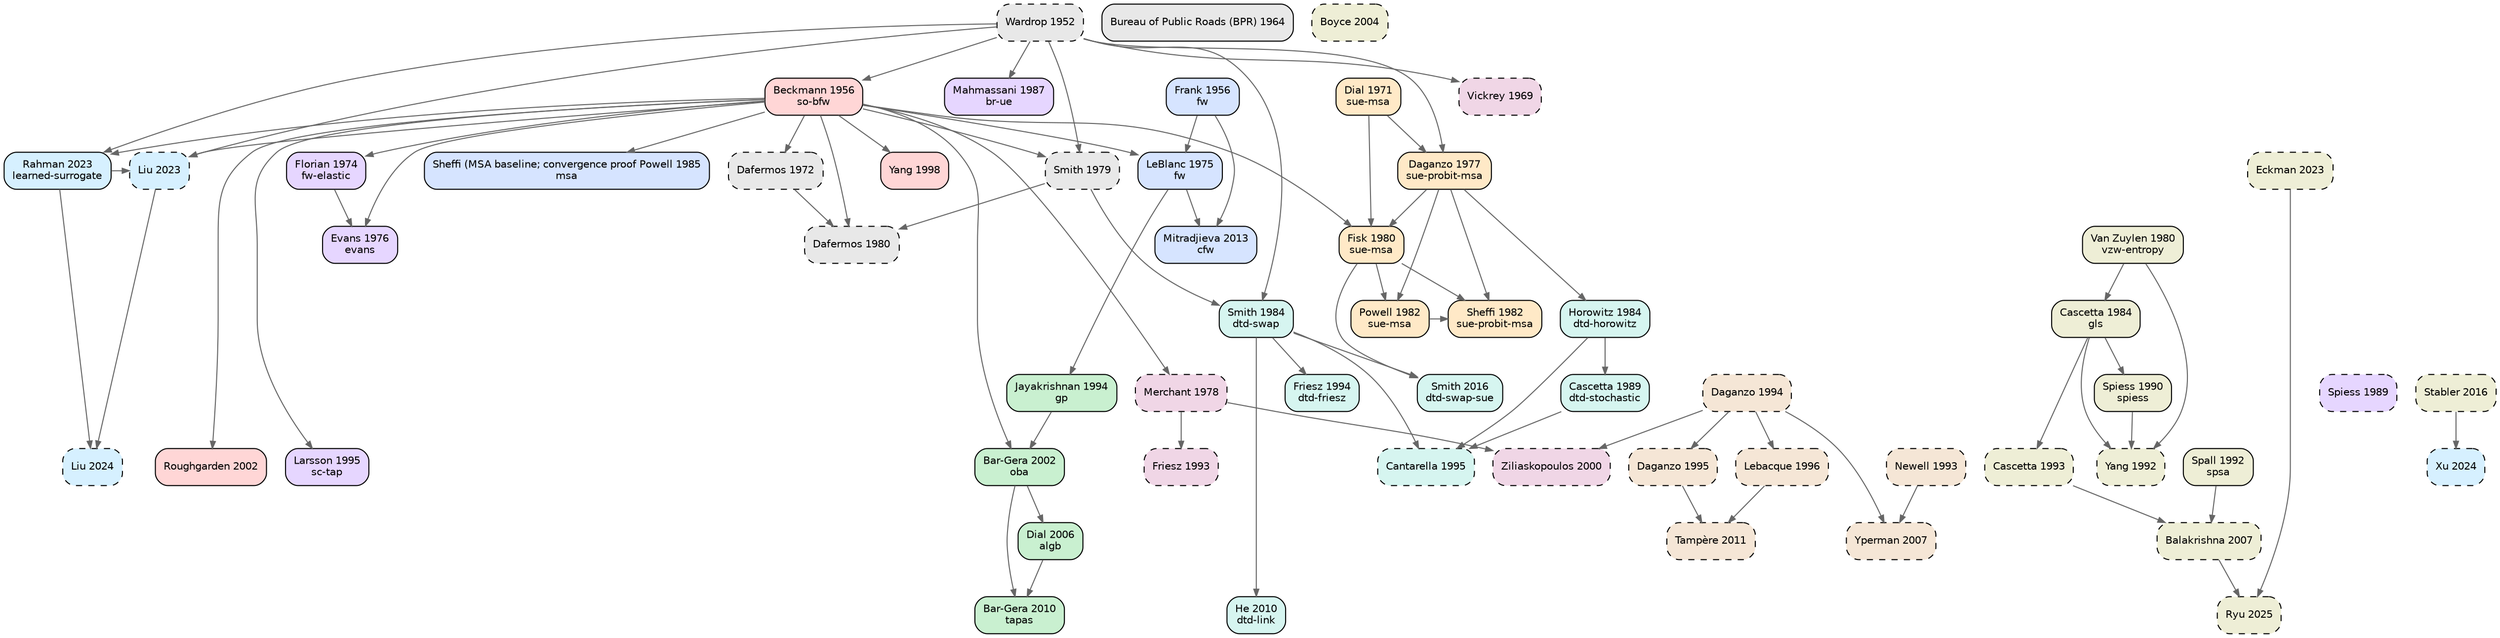
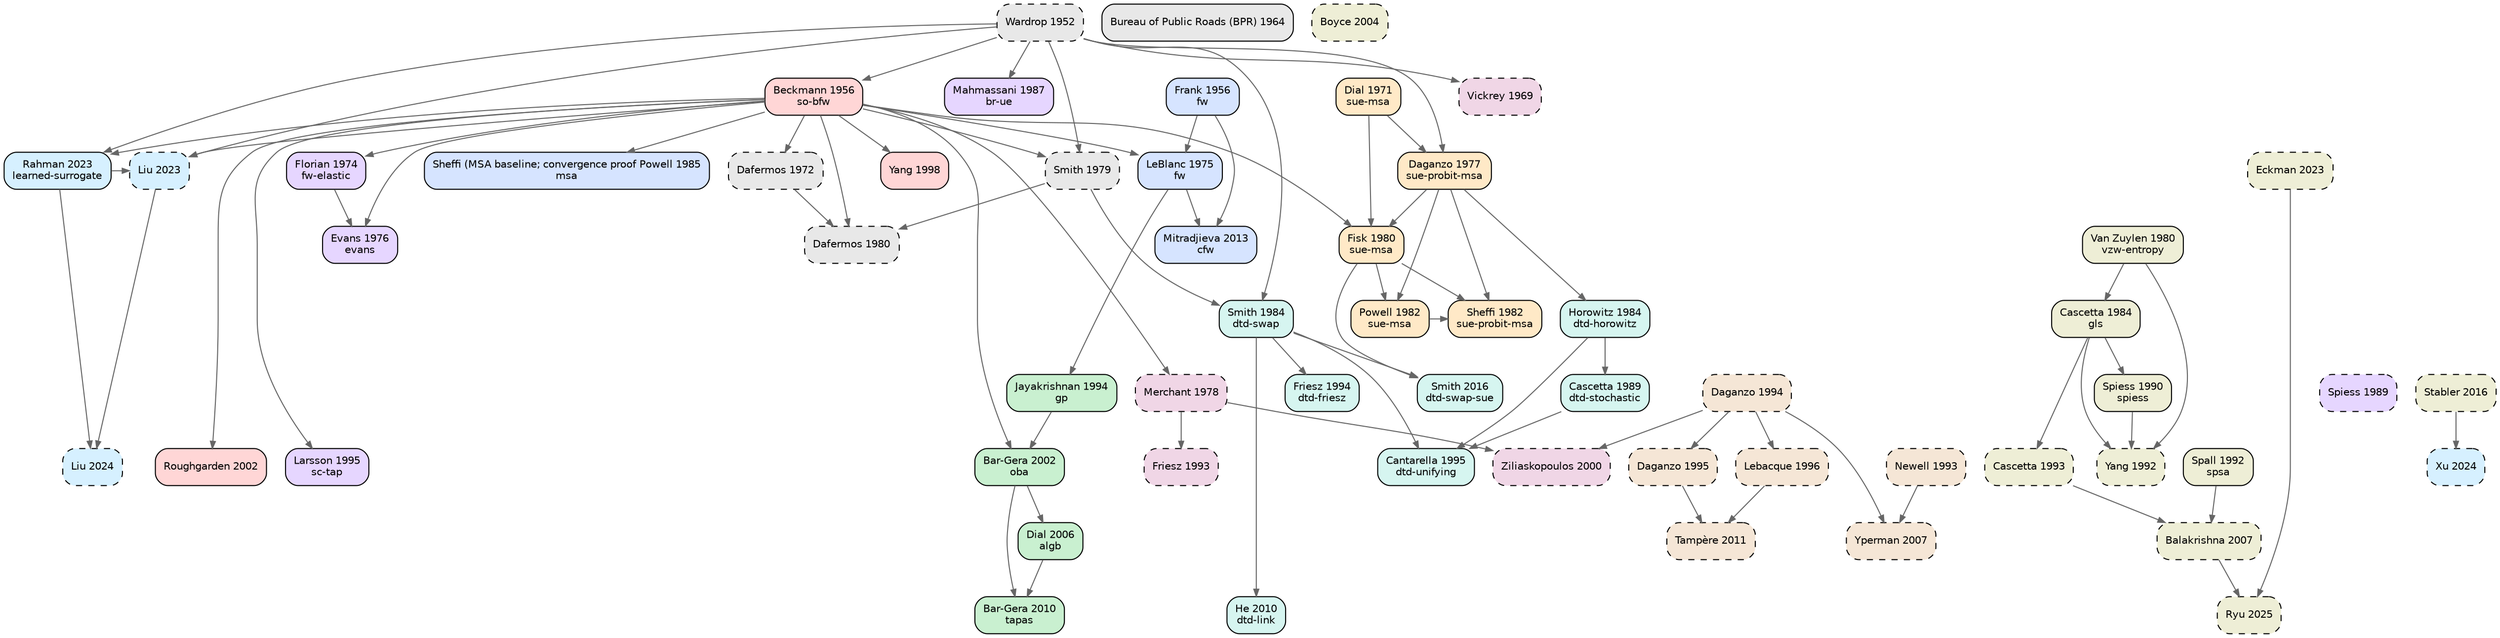
digraph TA_evolution {
  rankdir=TB; node [shape=box,style="rounded,filled",fontname="Helvetica",fontsize=10];
  edge [color="#666666",arrowsize=0.7];
  { rank=same; "wardrop1952some" }
  { rank=same; "frank1956algorithm" "beckmann1956studies" }
  { rank=same; "bpr1964traffic" }
  { rank=same; "vickrey1969congestion" }
  { rank=same; "dial1971probabilistic" }
  { rank=same; "dafermos1972traffic" }
  { rank=same; "florian1974method" }
  { rank=same; "leblanc1975efficient" }
  { rank=same; "evans1976derivation" }
  { rank=same; "daganzo1977stochastic" }
  { rank=same; "merchant1978model" }
  { rank=same; "smith1979existence" }
  { rank=same; "dafermos1980traffic" "fisk1980some" "vanzuylen1980most" }
  { rank=same; "powell1982convergence" "sheffi1982algorithm" }
  { rank=same; "horowitz1984stability" "smith1984stability" "cascetta1984estimation" }
  { rank=same; "sheffi1985urban" }
  { rank=same; "mahmassani1987on" }
  { rank=same; "spiess1989optimal" "cascetta1989stochastic" }
  { rank=same; "spiess1990gradient" }
  { rank=same; "spall1992multivariate" "yang1992estimation" }
  { rank=same; "newell1993simplified" "friesz1993variational" "cascetta1993dynamic" }
  { rank=same; "jayakrishnan1994faster" "friesz1994daytoday" "daganzo1994cell" }
  { rank=same; "larsson1995augmented" "cantarella1995dynamic" "daganzo1995cell" }
  { rank=same; "lebacque1996godunov" }
  { rank=same; "yang1998principle" }
  { rank=same; "ziliaskopoulos2000linear" }
  { rank=same; "bargera2002origin" "roughgarden2002how" }
  { rank=same; "boyce2004convergence" }
  { rank=same; "dial2006path" }
  { rank=same; "yperman2007link" "balakrishna2007offline" }
  { rank=same; "bargera2010traffic" "he2010linkbased" }
  { rank=same; "tampere2011generic" }
  { rank=same; "mitradjieva2013stiff" }
  { rank=same; "smith2016routeswapping" "stabler2016transportation" }
  { rank=same; "liu2023end" "rahman2023data" "eckman2023simopt" }
  { rank=same; "liu2024end" "xu2024unified" }
  { rank=same; "ryu2025bo4mob" }
  "wardrop1952some" [label="Wardrop 1952\n",fillcolor="#e8e8e8",style="rounded,filled,dashed"];
  "bpr1964traffic" [label="Bureau of Public Roads (BPR) 1964\n",fillcolor="#e8e8e8",style="rounded,filled"];
  "dafermos1972traffic" [label="Dafermos 1972\n",fillcolor="#e8e8e8",style="rounded,filled,dashed"];
  "smith1979existence" [label="Smith 1979\n",fillcolor="#e8e8e8",style="rounded,filled,dashed"];
  "dafermos1980traffic" [label="Dafermos 1980\n",fillcolor="#e8e8e8",style="rounded,filled,dashed"];
  "frank1956algorithm" [label="Frank 1956\nfw",fillcolor="#d6e4ff",style="rounded,filled"];
  "leblanc1975efficient" [label="LeBlanc 1975\nfw",fillcolor="#d6e4ff",style="rounded,filled"];
  "sheffi1985urban" [label="Sheffi (MSA baseline; convergence proof Powell 1985\nmsa",fillcolor="#d6e4ff",style="rounded,filled"];
  "mitradjieva2013stiff" [label="Mitradjieva 2013\ncfw",fillcolor="#d6e4ff",style="rounded,filled"];
  "jayakrishnan1994faster" [label="Jayakrishnan 1994\ngp",fillcolor="#c9f0d0",style="rounded,filled"];
  "bargera2002origin" [label="Bar-Gera 2002\noba",fillcolor="#c9f0d0",style="rounded,filled"];
  "dial2006path" [label="Dial 2006\nalgb",fillcolor="#c9f0d0",style="rounded,filled"];
  "bargera2010traffic" [label="Bar-Gera 2010\ntapas",fillcolor="#c9f0d0",style="rounded,filled"];
  "dial1971probabilistic" [label="Dial 1971\nsue-msa",fillcolor="#ffe9c7",style="rounded,filled"];
  "daganzo1977stochastic" [label="Daganzo 1977\nsue-probit-msa",fillcolor="#ffe9c7",style="rounded,filled"];
  "fisk1980some" [label="Fisk 1980\nsue-msa",fillcolor="#ffe9c7",style="rounded,filled"];
  "powell1982convergence" [label="Powell 1982\nsue-msa",fillcolor="#ffe9c7",style="rounded,filled"];
  "sheffi1982algorithm" [label="Sheffi 1982\nsue-probit-msa",fillcolor="#ffe9c7",style="rounded,filled"];
  "beckmann1956studies" [label="Beckmann 1956\nso-bfw",fillcolor="#ffd6d6",style="rounded,filled"];
  "yang1998principle" [label="Yang 1998\n",fillcolor="#ffd6d6",style="rounded,filled"];
  "roughgarden2002how" [label="Roughgarden 2002\n",fillcolor="#ffd6d6",style="rounded,filled"];
  "florian1974method" [label="Florian 1974\nfw-elastic",fillcolor="#e6d6ff",style="rounded,filled"];
  "evans1976derivation" [label="Evans 1976\nevans",fillcolor="#e6d6ff",style="rounded,filled"];
  "mahmassani1987on" [label="Mahmassani 1987\nbr-ue",fillcolor="#e6d6ff",style="rounded,filled"];
  "spiess1989optimal" [label="Spiess 1989\n",fillcolor="#e6d6ff",style="rounded,filled,dashed"];
  "larsson1995augmented" [label="Larsson 1995\nsc-tap",fillcolor="#e6d6ff",style="rounded,filled"];
  "horowitz1984stability" [label="Horowitz 1984\ndtd-horowitz",fillcolor="#d6f5f0",style="rounded,filled"];
  "smith1984stability" [label="Smith 1984\ndtd-swap",fillcolor="#d6f5f0",style="rounded,filled"];
  "cascetta1989stochastic" [label="Cascetta 1989\ndtd-stochastic",fillcolor="#d6f5f0",style="rounded,filled"];
  "friesz1994daytoday" [label="Friesz 1994\ndtd-friesz",fillcolor="#d6f5f0",style="rounded,filled"];
-   "cantarella1995dynamic" [label="Cantarella 1995\n",fillcolor="#d6f5f0",style="rounded,filled,dashed"];
+   "cantarella1995dynamic" [label="Cantarella 1995\ndtd-unifying",fillcolor="#d6f5f0",style="rounded,filled"];
  "he2010linkbased" [label="He 2010\ndtd-link",fillcolor="#d6f5f0",style="rounded,filled"];
  "smith2016routeswapping" [label="Smith 2016\ndtd-swap-sue",fillcolor="#d6f5f0",style="rounded,filled"];
  "newell1993simplified" [label="Newell 1993\n",fillcolor="#f5e6d6",style="rounded,filled,dashed"];
  "daganzo1994cell" [label="Daganzo 1994\n",fillcolor="#f5e6d6",style="rounded,filled,dashed"];
  "daganzo1995cell" [label="Daganzo 1995\n",fillcolor="#f5e6d6",style="rounded,filled,dashed"];
  "lebacque1996godunov" [label="Lebacque 1996\n",fillcolor="#f5e6d6",style="rounded,filled,dashed"];
  "yperman2007link" [label="Yperman 2007\n",fillcolor="#f5e6d6",style="rounded,filled,dashed"];
  "tampere2011generic" [label="Tampère 2011\n",fillcolor="#f5e6d6",style="rounded,filled,dashed"];
  "vickrey1969congestion" [label="Vickrey 1969\n",fillcolor="#f0d6e6",style="rounded,filled,dashed"];
  "merchant1978model" [label="Merchant 1978\n",fillcolor="#f0d6e6",style="rounded,filled,dashed"];
  "friesz1993variational" [label="Friesz 1993\n",fillcolor="#f0d6e6",style="rounded,filled,dashed"];
  "ziliaskopoulos2000linear" [label="Ziliaskopoulos 2000\n",fillcolor="#f0d6e6",style="rounded,filled,dashed"];
  "liu2023end" [label="Liu 2023\n",fillcolor="#d6f0ff",style="rounded,filled,dashed"];
  "rahman2023data" [label="Rahman 2023\nlearned-surrogate",fillcolor="#d6f0ff",style="rounded,filled"];
  "liu2024end" [label="Liu 2024\n",fillcolor="#d6f0ff",style="rounded,filled,dashed"];
  "xu2024unified" [label="Xu 2024\n",fillcolor="#d6f0ff",style="rounded,filled,dashed"];
  "vanzuylen1980most" [label="Van Zuylen 1980\nvzw-entropy",fillcolor="#eeeed6",style="rounded,filled"];
  "cascetta1984estimation" [label="Cascetta 1984\ngls",fillcolor="#eeeed6",style="rounded,filled"];
  "spiess1990gradient" [label="Spiess 1990\nspiess",fillcolor="#eeeed6",style="rounded,filled"];
  "spall1992multivariate" [label="Spall 1992\nspsa",fillcolor="#eeeed6",style="rounded,filled"];
  "yang1992estimation" [label="Yang 1992\n",fillcolor="#eeeed6",style="rounded,filled,dashed"];
  "cascetta1993dynamic" [label="Cascetta 1993\n",fillcolor="#eeeed6",style="rounded,filled,dashed"];
  "boyce2004convergence" [label="Boyce 2004\n",fillcolor="#eeeed6",style="rounded,filled,dashed"];
  "balakrishna2007offline" [label="Balakrishna 2007\n",fillcolor="#eeeed6",style="rounded,filled,dashed"];
  "stabler2016transportation" [label="Stabler 2016\n",fillcolor="#eeeed6",style="rounded,filled,dashed"];
  "eckman2023simopt" [label="Eckman 2023\n",fillcolor="#eeeed6",style="rounded,filled,dashed"];
  "ryu2025bo4mob" [label="Ryu 2025\n",fillcolor="#eeeed6",style="rounded,filled,dashed"];
  "beckmann1956studies" -> "dafermos1972traffic";
  "wardrop1952some" -> "smith1979existence";
  "beckmann1956studies" -> "smith1979existence";
  "smith1979existence" -> "dafermos1980traffic";
  "beckmann1956studies" -> "dafermos1980traffic";
  "dafermos1972traffic" -> "dafermos1980traffic";
  "frank1956algorithm" -> "leblanc1975efficient";
  "beckmann1956studies" -> "leblanc1975efficient";
  "beckmann1956studies" -> "sheffi1985urban";
  "leblanc1975efficient" -> "mitradjieva2013stiff";
  "frank1956algorithm" -> "mitradjieva2013stiff";
  "leblanc1975efficient" -> "jayakrishnan1994faster";
  "jayakrishnan1994faster" -> "bargera2002origin";
  "beckmann1956studies" -> "bargera2002origin";
  "bargera2002origin" -> "dial2006path";
  "dial2006path" -> "bargera2010traffic";
  "bargera2002origin" -> "bargera2010traffic";
  "dial1971probabilistic" -> "daganzo1977stochastic";
  "wardrop1952some" -> "daganzo1977stochastic";
  "daganzo1977stochastic" -> "fisk1980some";
  "dial1971probabilistic" -> "fisk1980some";
  "beckmann1956studies" -> "fisk1980some";
  "fisk1980some" -> "powell1982convergence";
  "daganzo1977stochastic" -> "powell1982convergence";
  "daganzo1977stochastic" -> "sheffi1982algorithm";
  "powell1982convergence" -> "sheffi1982algorithm";
  "fisk1980some" -> "sheffi1982algorithm";
  "wardrop1952some" -> "beckmann1956studies";
  "beckmann1956studies" -> "yang1998principle";
  "beckmann1956studies" -> "roughgarden2002how";
  "beckmann1956studies" -> "florian1974method";
  "beckmann1956studies" -> "evans1976derivation";
  "florian1974method" -> "evans1976derivation";
  "wardrop1952some" -> "mahmassani1987on";
  "beckmann1956studies" -> "larsson1995augmented";
  "daganzo1977stochastic" -> "horowitz1984stability";
  "smith1979existence" -> "smith1984stability";
  "wardrop1952some" -> "smith1984stability";
  "horowitz1984stability" -> "cascetta1989stochastic";
  "smith1984stability" -> "friesz1994daytoday";
  "cascetta1989stochastic" -> "cantarella1995dynamic";
  "smith1984stability" -> "cantarella1995dynamic";
  "horowitz1984stability" -> "cantarella1995dynamic";
  "smith1984stability" -> "he2010linkbased";
  "smith1984stability" -> "smith2016routeswapping";
  "fisk1980some" -> "smith2016routeswapping";
  "daganzo1994cell" -> "daganzo1995cell";
  "daganzo1994cell" -> "lebacque1996godunov";
  "newell1993simplified" -> "yperman2007link";
  "daganzo1994cell" -> "yperman2007link";
  "daganzo1995cell" -> "tampere2011generic";
  "lebacque1996godunov" -> "tampere2011generic";
  "wardrop1952some" -> "vickrey1969congestion";
  "beckmann1956studies" -> "merchant1978model";
  "merchant1978model" -> "friesz1993variational";
  "merchant1978model" -> "ziliaskopoulos2000linear";
  "daganzo1994cell" -> "ziliaskopoulos2000linear";
  "rahman2023data" -> "liu2023end";
  "beckmann1956studies" -> "liu2023end";
  "wardrop1952some" -> "liu2023end";
  "wardrop1952some" -> "rahman2023data";
  "beckmann1956studies" -> "rahman2023data";
  "rahman2023data" -> "liu2024end";
  "liu2023end" -> "liu2024end";
  "stabler2016transportation" -> "xu2024unified";
  "vanzuylen1980most" -> "cascetta1984estimation";
  "cascetta1984estimation" -> "spiess1990gradient";
  "cascetta1984estimation" -> "yang1992estimation";
  "spiess1990gradient" -> "yang1992estimation";
  "vanzuylen1980most" -> "yang1992estimation";
  "cascetta1984estimation" -> "cascetta1993dynamic";
  "spall1992multivariate" -> "balakrishna2007offline";
  "cascetta1993dynamic" -> "balakrishna2007offline";
  "eckman2023simopt" -> "ryu2025bo4mob";
  "balakrishna2007offline" -> "ryu2025bo4mob";
}
